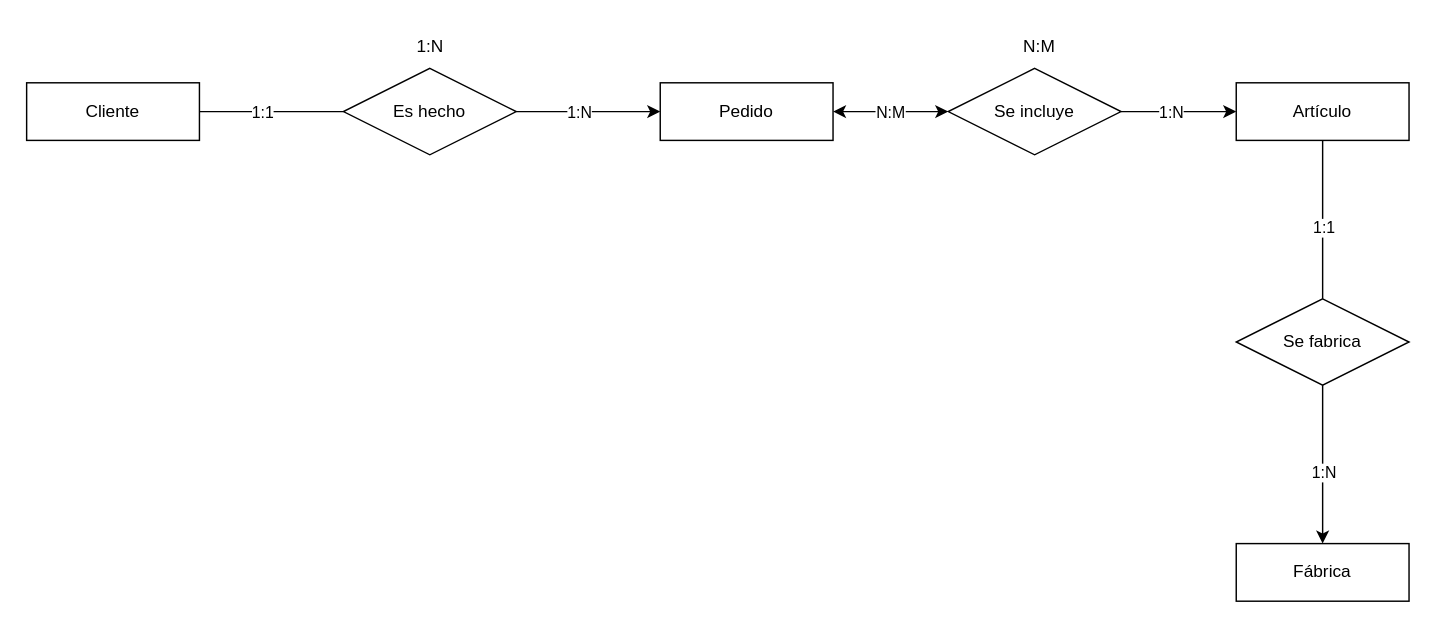
JuanManuelMM/Base-Datos keeps this draw.io diagram as page "Ej3" (2 of 9) of Tareas/Tarea3/Tarea3.drawio. Above is the earlier version. Source tidied: cells renumbered, new cells numbered last; positions are measured from the earlier drawing's top-left corner, leaving out a move shared by most shapes. Both pictures are drawn from the tidied source at 144%, with x=0, y=0 at pixel (26, 24).
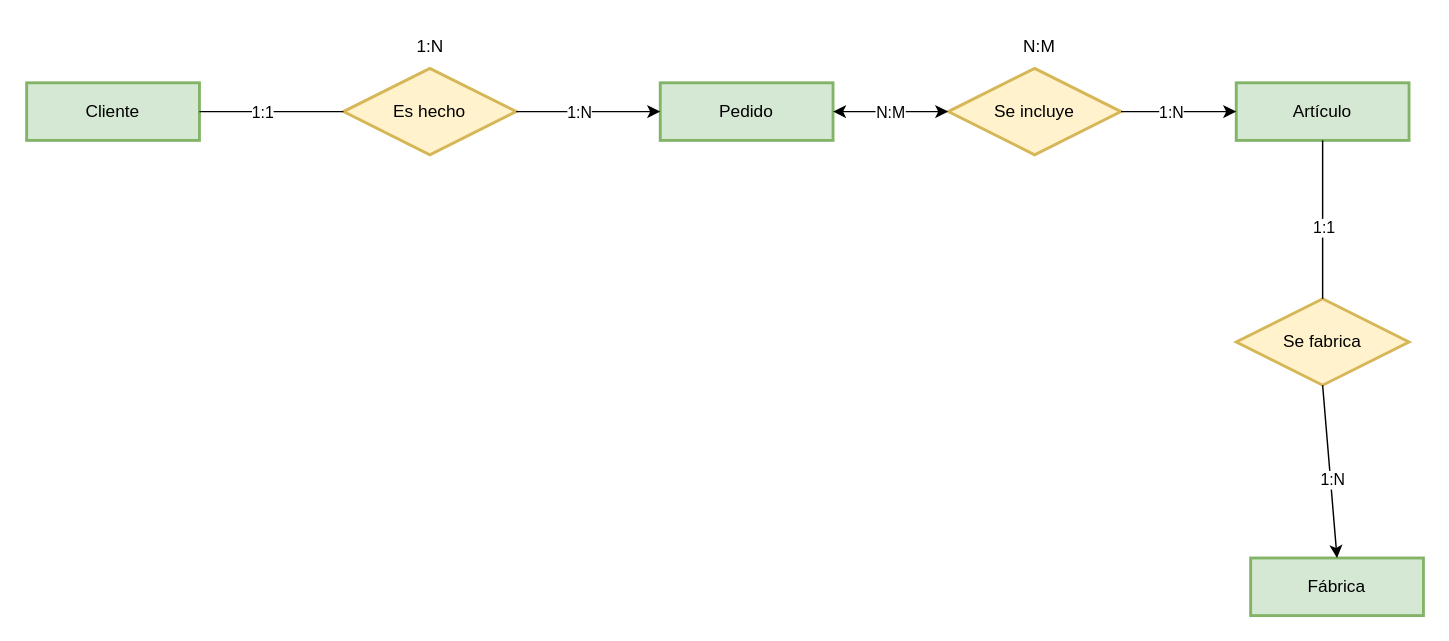
The same page after the edit.

Change to the diagram source:
```diff
@@
-    <mxCell id="2" value="Cliente" style="whiteSpace=wrap;html=1;align=center;" parent="1" vertex="1">
+    <mxCell id="2" value="Cliente" style="whiteSpace=wrap;html=1;align=center;fillColor=#d5e8d4;strokeColor=#82b366;strokeWidth=2;" parent="1" vertex="1">
       <mxGeometry y="40" width="120" height="40" as="geometry" />
     </mxCell>
-    <mxCell id="3" value="Pedido" style="whiteSpace=wrap;html=1;align=center;" parent="1" vertex="1">
+    <mxCell id="3" value="Pedido" style="whiteSpace=wrap;html=1;align=center;fillColor=#d5e8d4;strokeColor=#82b366;strokeWidth=2;" parent="1" vertex="1">
       <mxGeometry x="440" y="40" width="120" height="40" as="geometry" />
     </mxCell>
-    <mxCell id="4" value="Artículo" style="whiteSpace=wrap;html=1;align=center;" parent="1" vertex="1">
+    <mxCell id="4" value="Artículo" style="whiteSpace=wrap;html=1;align=center;fillColor=#d5e8d4;strokeColor=#82b366;strokeWidth=2;" parent="1" vertex="1">
       <mxGeometry x="840" y="40" width="120" height="40" as="geometry" />
     </mxCell>
-    <mxCell id="5" value="Fábrica" style="whiteSpace=wrap;html=1;align=center;" parent="1" vertex="1">
-      <mxGeometry x="840" y="360" width="120" height="40" as="geometry" />
+    <mxCell id="5" value="Fábrica" style="whiteSpace=wrap;html=1;align=center;fillColor=#d5e8d4;strokeColor=#82b366;strokeWidth=2;" parent="1" vertex="1">
+      <mxGeometry x="850" y="370" width="120" height="40" as="geometry" />
     </mxCell>
-    <mxCell id="6" value="Es hecho" style="shape=rhombus;perimeter=rhombusPerimeter;whiteSpace=wrap;html=1;align=center;" parent="1" vertex="1">
+    <mxCell id="6" value="Es hecho" style="shape=rhombus;perimeter=rhombusPerimeter;whiteSpace=wrap;html=1;align=center;fillColor=#fff2cc;strokeColor=#d6b656;strokeWidth=2;" parent="1" vertex="1">
       <mxGeometry x="220" y="30" width="120" height="60" as="geometry" />
     </mxCell>
-    <mxCell id="7" value="Se fabrica" style="shape=rhombus;perimeter=rhombusPerimeter;whiteSpace=wrap;html=1;align=center;" parent="1" vertex="1">
+    <mxCell id="7" value="Se fabrica" style="shape=rhombus;perimeter=rhombusPerimeter;whiteSpace=wrap;html=1;align=center;fillColor=#fff2cc;strokeColor=#d6b656;strokeWidth=2;" parent="1" vertex="1">
       <mxGeometry x="840" y="190" width="120" height="60" as="geometry" />
     </mxCell>
-    <mxCell id="8" value="Se incluye" style="shape=rhombus;perimeter=rhombusPerimeter;whiteSpace=wrap;html=1;align=center;" parent="1" vertex="1">
+    <mxCell id="8" value="Se incluye" style="shape=rhombus;perimeter=rhombusPerimeter;whiteSpace=wrap;html=1;align=center;fillColor=#fff2cc;strokeColor=#d6b656;strokeWidth=2;" parent="1" vertex="1">
       <mxGeometry x="640" y="30" width="120" height="60" as="geometry" />
     </mxCell>
```
